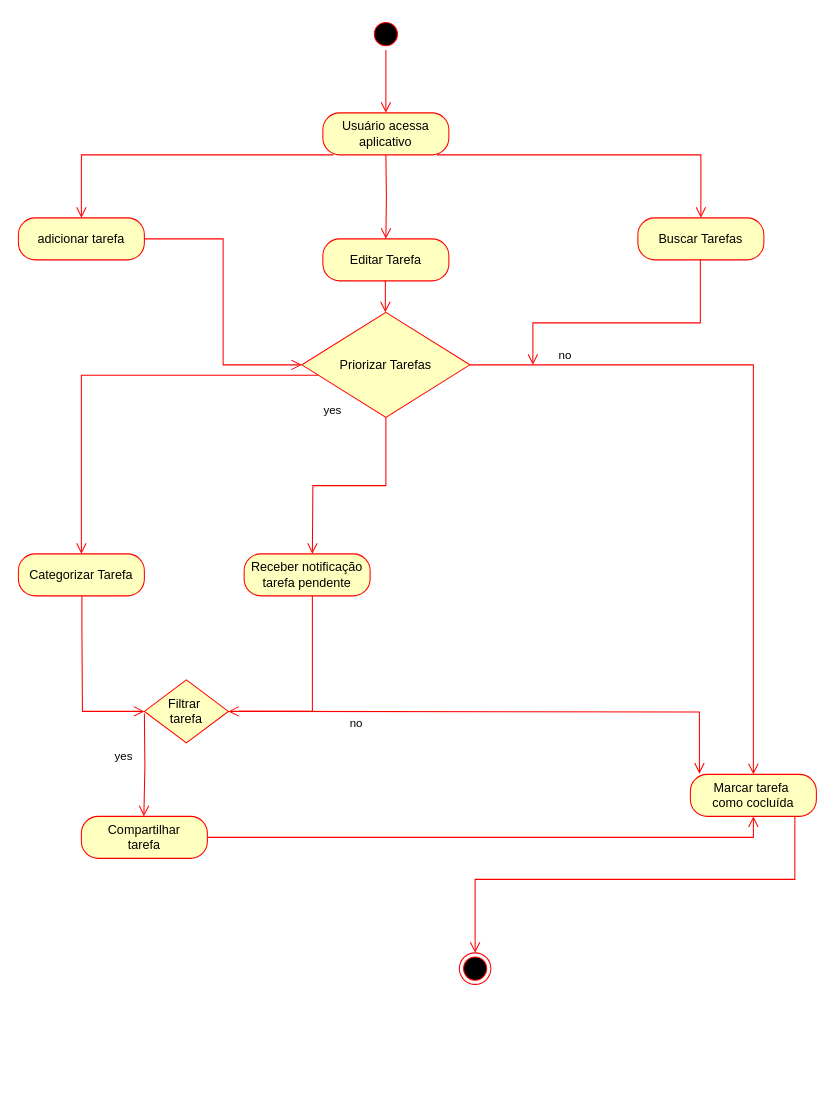
Earlier version of the draw.io diagram .lesson/Activity Diagram.drawio (Francine-Antunes/MyPage). Source tidied: cells renumbered, new cells numbered last; positions are measured from the earlier drawing's top-left corner, leaving out a move shared by most shapes. Both pictures are drawn from the tidied source at 105%, with x=0, y=0 at pixel (18, 18).
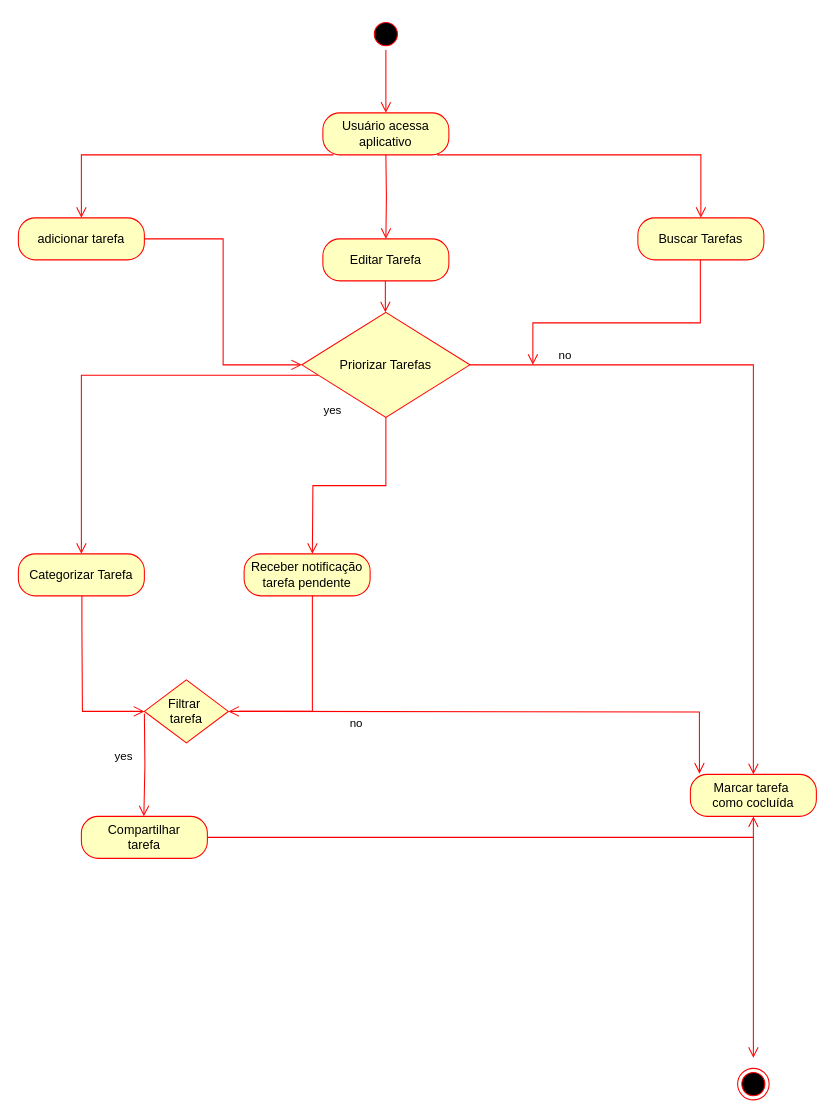
After the change.

The edit, as a diff of the source:
```diff
@@
-    <mxCell id="28" style="ellipse;html=1;shape=endState;fillColor=#000000;strokeColor=#ff0000;" parent="1" vertex="1">
-      <mxGeometry x="420" y="890" width="30" height="30" as="geometry" />
-    </mxCell>
-    <mxCell id="29" style="edgeStyle=orthogonalEdgeStyle;html=1;verticalAlign=bottom;endArrow=open;endSize=8;strokeColor=#ff0000;rounded=0;entryX=0.5;entryY=0;entryDx=0;entryDy=0;" parent="1" edge="1" target="28">
+    <mxCell id="29" style="edgeStyle=orthogonalEdgeStyle;html=1;verticalAlign=bottom;endArrow=open;endSize=8;strokeColor=#ff0000;rounded=0;" parent="1" edge="1">
       <mxGeometry relative="1" as="geometry">
-        <mxPoint x="739.5" y="760" as="sourcePoint" />
+        <mxPoint x="700" y="780" as="sourcePoint" />
+        <mxPoint x="700" y="990" as="targetPoint" />
         <Array as="points">
-          <mxPoint x="740" y="820" />
-          <mxPoint x="435" y="820" />
+          <mxPoint x="700" y="950" />
         </Array>
       </mxGeometry>
     </mxCell>
+    <mxCell id="30" style="ellipse;html=1;shape=endState;fillColor=#000000;strokeColor=#ff0000;" parent="1" vertex="1">
+      <mxGeometry x="685" y="1000" width="30" height="30" as="geometry" />
+    </mxCell>
```
